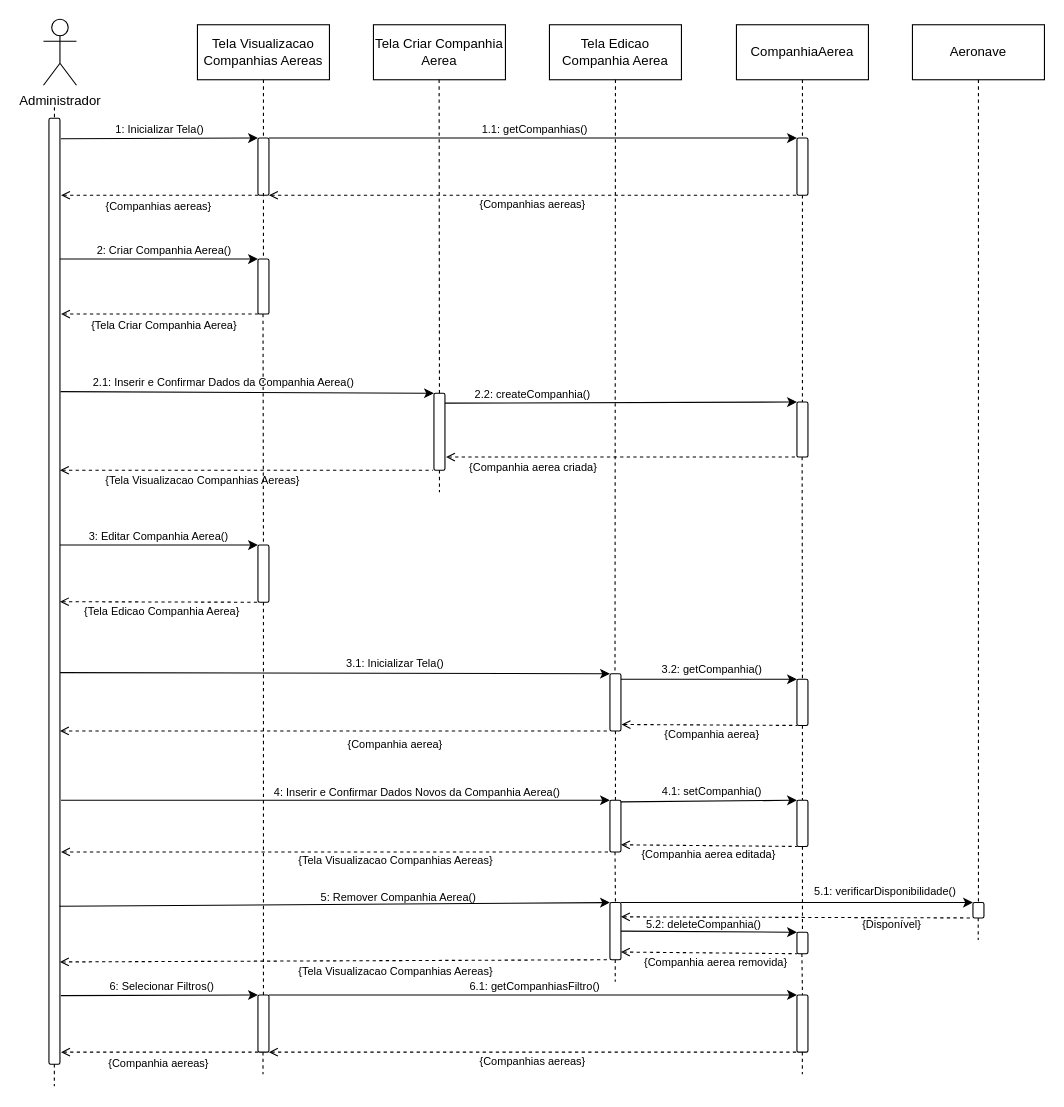
GabrielGMori/trabalho-conclus-o-ano keeps this draw.io diagram as Diagramas/Eng_de_Software/Modelos/Sequencia/Manter_Companhias_Aereas.drawio. Above is the earlier version. Source tidied: cells renumbered, new cells numbered last; positions are measured from the earlier drawing's top-left corner, leaving out a move shared by most shapes. Both pictures are drawn from the tidied source at 110%, with x=0, y=0 at pixel (43, 19).
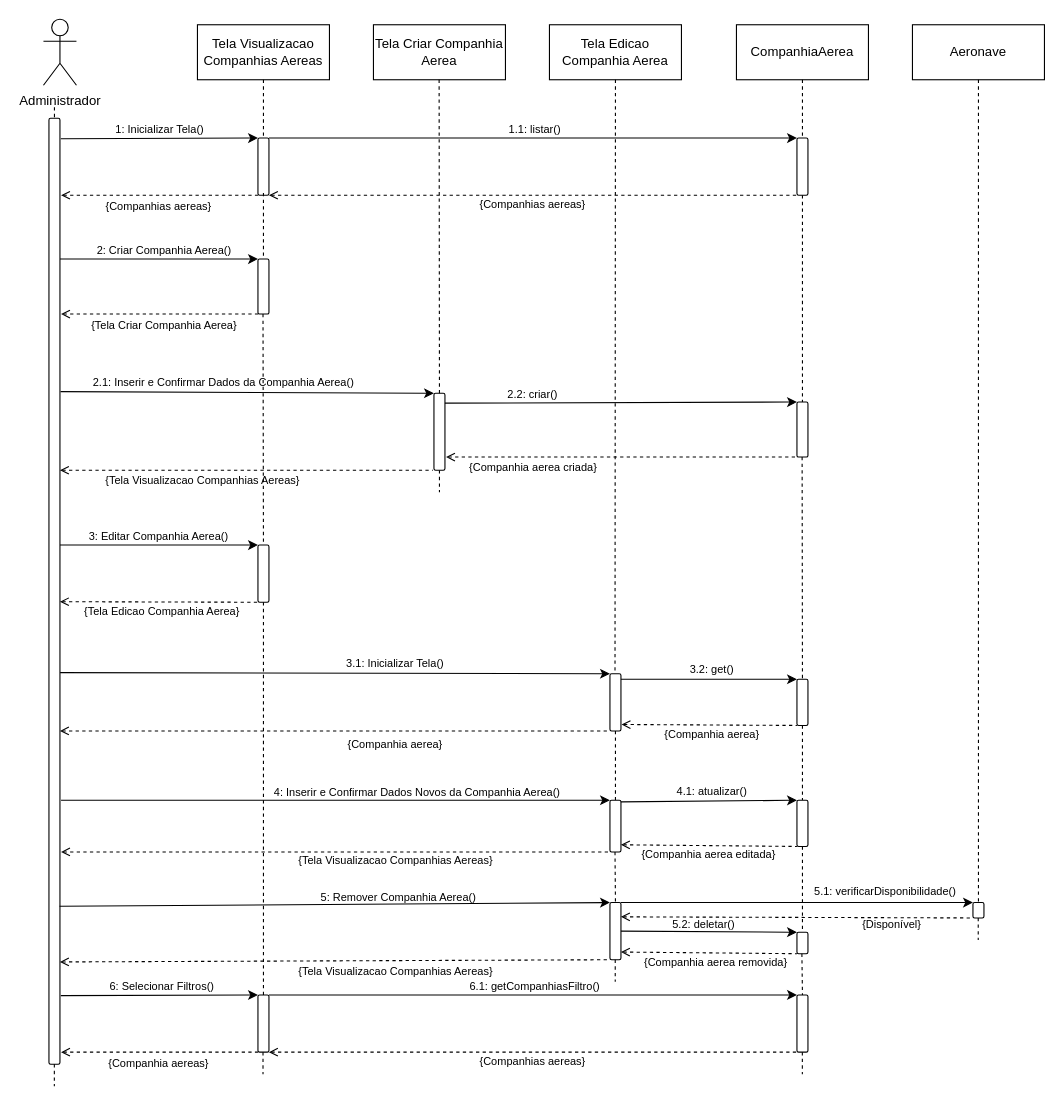
Above is the later version.

The edit, as a diff of the source:
```diff
@@
-    <mxCell id="22" value="2.2: createCompanhia()" style="text;html=1;align=center;verticalAlign=middle;whiteSpace=wrap;rounded=0;fontSize=10;" parent="1" vertex="1">
+    <mxCell id="22" value="2.2: criar()" style="text;html=1;align=center;verticalAlign=middle;whiteSpace=wrap;rounded=0;fontSize=10;" parent="1" vertex="1">
       <mxGeometry x="345" y="331" width="200" height="20" as="geometry" />
     </mxCell>
@@
-    <mxCell id="34" value="&lt;font&gt;3.2: get&lt;/font&gt;Companhia&lt;font&gt;()&lt;/font&gt;" style="text;html=1;align=center;verticalAlign=middle;whiteSpace=wrap;rounded=0;fontSize=10;" parent="1" vertex="1">
+    <mxCell id="34" value="&lt;font&gt;3.2: get&lt;/font&gt;&lt;font&gt;()&lt;/font&gt;" style="text;html=1;align=center;verticalAlign=middle;whiteSpace=wrap;rounded=0;fontSize=10;" parent="1" vertex="1">
       <mxGeometry x="528" y="581" width="160" height="20" as="geometry" />
     </mxCell>
@@
-    <mxCell id="50" value="&lt;font&gt;1.1: get&lt;/font&gt;Companhia&lt;font&gt;s()&lt;/font&gt;" style="text;html=1;align=center;verticalAlign=middle;whiteSpace=wrap;rounded=0;fontSize=10;" parent="1" vertex="1">
+    <mxCell id="50" value="&lt;font&gt;1.1: listar&lt;/font&gt;&lt;font&gt;()&lt;/font&gt;" style="text;html=1;align=center;verticalAlign=middle;whiteSpace=wrap;rounded=0;fontSize=10;" parent="1" vertex="1">
       <mxGeometry x="367" y="90" width="160" height="20" as="geometry" />
     </mxCell>
@@
-    <mxCell id="58" value="&lt;font&gt;4.1: set&lt;/font&gt;Companhia&lt;font&gt;()&lt;/font&gt;" style="text;html=1;align=center;verticalAlign=middle;whiteSpace=wrap;rounded=0;fontSize=10;" parent="1" vertex="1">
+    <mxCell id="58" value="&lt;font&gt;4.1: atualizar&lt;/font&gt;&lt;font&gt;()&lt;/font&gt;" style="text;html=1;align=center;verticalAlign=middle;whiteSpace=wrap;rounded=0;fontSize=10;" parent="1" vertex="1">
       <mxGeometry x="528" y="692" width="160" height="20" as="geometry" />
     </mxCell>
@@
-    <mxCell id="69" value="&lt;font&gt;5.2: delete&lt;/font&gt;Companhia&lt;font&gt;()&lt;/font&gt;" style="text;html=1;align=center;verticalAlign=middle;whiteSpace=wrap;rounded=0;fontSize=10;" parent="1" vertex="1">
+    <mxCell id="69" value="&lt;font&gt;5.2: deletar&lt;/font&gt;&lt;font&gt;()&lt;/font&gt;" style="text;html=1;align=center;verticalAlign=middle;whiteSpace=wrap;rounded=0;fontSize=10;" parent="1" vertex="1">
       <mxGeometry x="543" y="813" width="115" height="20" as="geometry" />
     </mxCell>
```
